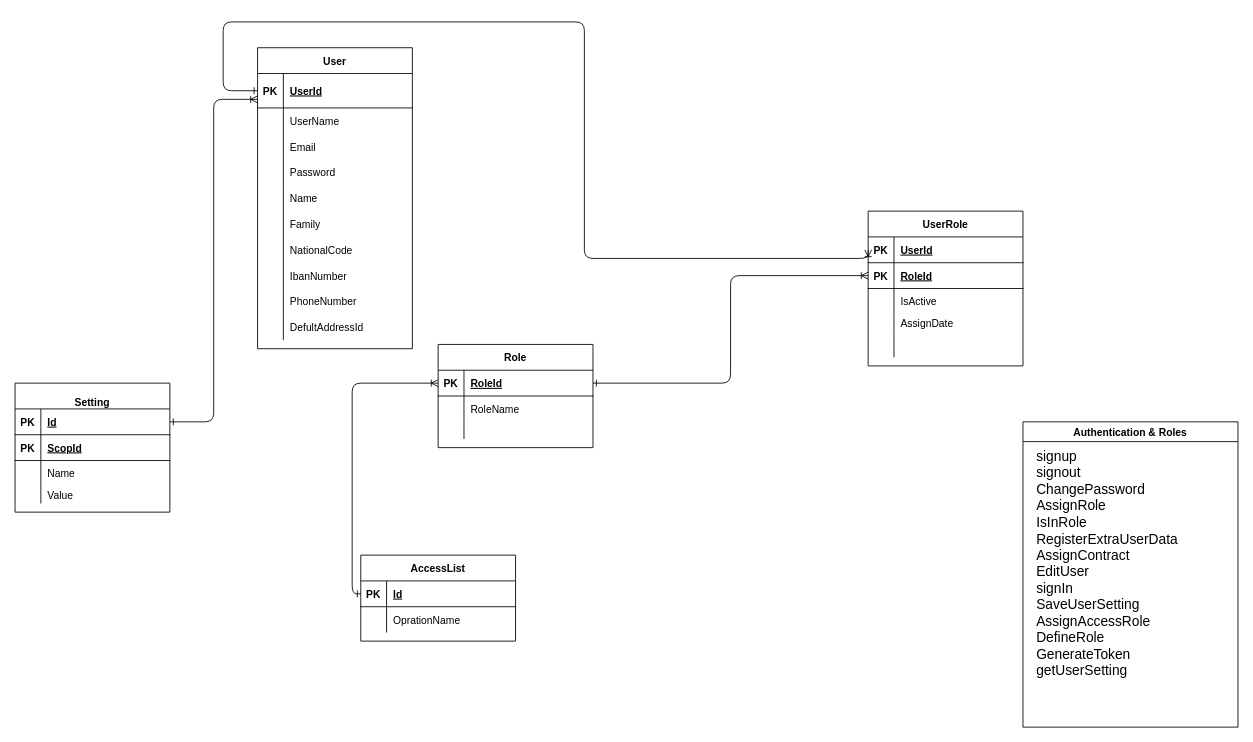
Earlier version of the draw.io diagram 2-Authentication-and-Roles/Authentication.drawio (behrangaghili/Postex-Documents_Diagrams). Source tidied: cells renumbered, new cells numbered last; positions are measured from the earlier drawing's top-left corner, leaving out a move shared by most shapes. Both pictures are drawn from the tidied source at 86%, with x=0, y=0 at pixel (15, 22).
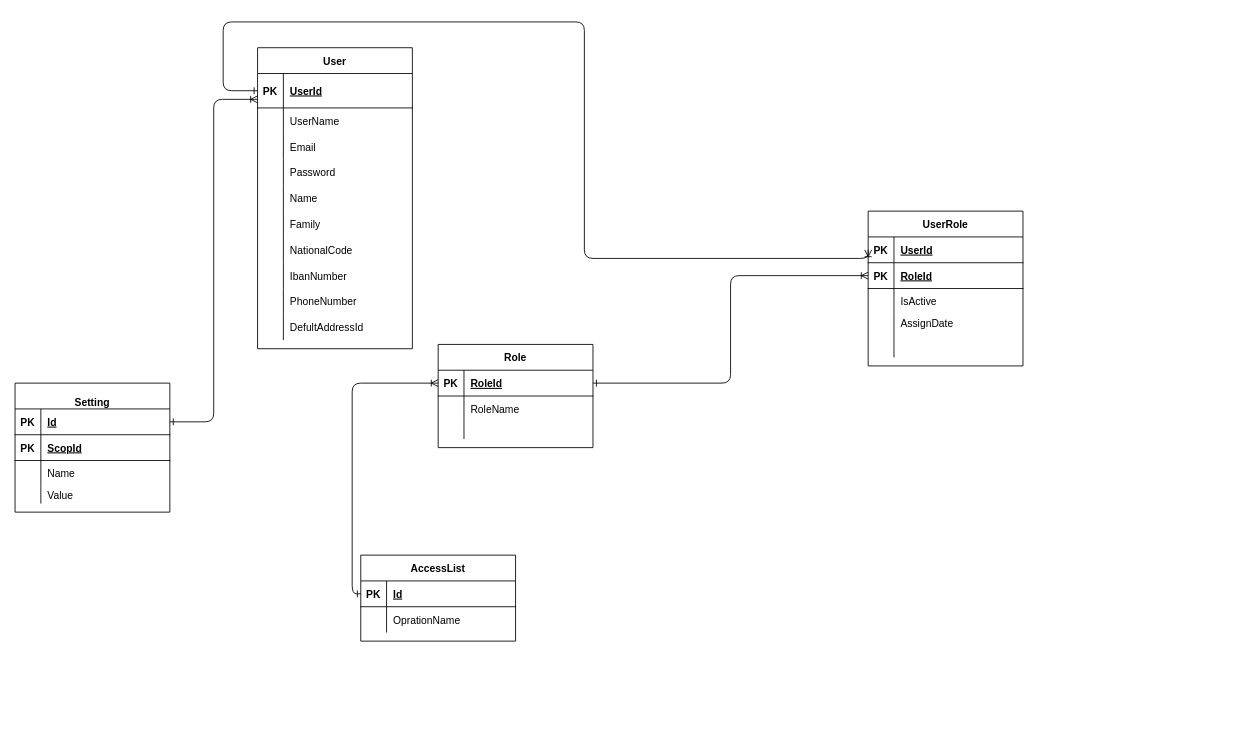
Above is the later version.

Change to the diagram source:
```diff
@@
-    <mxCell id="50" value="Authentication &amp; Roles" style="swimlane;" parent="1" vertex="1">
-      <mxGeometry x="1172" y="465" width="250" height="355" as="geometry" />
-    </mxCell>
-    <mxCell id="51" value="&lt;font style=&quot;font-size: 16px&quot;&gt;&lt;br&gt;&lt;/font&gt;&lt;table border=&quot;0&quot; cellpadding=&quot;0&quot; cellspacing=&quot;0&quot; dir=&quot;RTL&quot; width=&quot;229&quot; style=&quot;border-collapse: collapse ; width: 172pt ; font-size: 16px&quot;&gt; &lt;colgroup&gt;&lt;col width=&quot;229&quot; style=&quot;width: 172pt&quot;&gt;&lt;/colgroup&gt; &lt;tbody&gt;&lt;tr style=&quot;height: 13.2pt&quot;&gt;  &lt;td height=&quot;18&quot; class=&quot;xl65&quot; dir=&quot;LTR&quot; align=&quot;left&quot; width=&quot;229&quot; style=&quot;height: 13.2pt ; width: 172pt&quot;&gt;&lt;font style=&quot;font-size: 16px&quot;&gt;signup&lt;/font&gt;&lt;/td&gt; &lt;/tr&gt; &lt;tr style=&quot;height: 13.2pt&quot;&gt;  &lt;td height=&quot;18&quot; class=&quot;xl65&quot; dir=&quot;LTR&quot; align=&quot;left&quot; style=&quot;height: 13.2pt&quot;&gt;&lt;font style=&quot;font-size: 16px&quot;&gt;signout&lt;/font&gt;&lt;/td&gt; &lt;/tr&gt; &lt;tr style=&quot;height: 13.2pt&quot;&gt;  &lt;td height=&quot;18&quot; class=&quot;xl65&quot; dir=&quot;LTR&quot; align=&quot;left&quot; style=&quot;height: 13.2pt&quot;&gt;&lt;font style=&quot;font-size: 16px&quot;&gt;ChangePassword&lt;/font&gt;&lt;/td&gt; &lt;/tr&gt; &lt;tr style=&quot;height: 13.2pt&quot;&gt;  &lt;td height=&quot;18&quot; class=&quot;xl65&quot; dir=&quot;LTR&quot; align=&quot;left&quot; style=&quot;height: 13.2pt&quot;&gt;&lt;font style=&quot;font-size: 16px&quot;&gt;AssignRole&lt;/font&gt;&lt;/td&gt; &lt;/tr&gt; &lt;tr style=&quot;height: 13.2pt&quot;&gt;  &lt;td height=&quot;18&quot; class=&quot;xl65&quot; dir=&quot;LTR&quot; align=&quot;left&quot; style=&quot;height: 13.2pt&quot;&gt;&lt;font style=&quot;font-size: 16px&quot;&gt;IsInRole&lt;/font&gt;&lt;/td&gt; &lt;/tr&gt; &lt;tr style=&quot;height: 13.2pt&quot;&gt;  &lt;td height=&quot;18&quot; class=&quot;xl65&quot; dir=&quot;LTR&quot; align=&quot;left&quot; style=&quot;height: 13.2pt&quot;&gt;&lt;font style=&quot;font-size: 16px&quot;&gt;RegisterExtraUserData&lt;/font&gt;&lt;/td&gt; &lt;/tr&gt; &lt;tr style=&quot;height: 13.2pt&quot;&gt;  &lt;td height=&quot;18&quot; class=&quot;xl65&quot; dir=&quot;LTR&quot; align=&quot;left&quot; style=&quot;height: 13.2pt&quot;&gt;&lt;font style=&quot;font-size: 16px&quot;&gt;AssignContract&lt;/font&gt;&lt;/td&gt; &lt;/tr&gt; &lt;tr style=&quot;height: 13.2pt&quot;&gt;  &lt;td height=&quot;18&quot; class=&quot;xl65&quot; dir=&quot;LTR&quot; align=&quot;left&quot; style=&quot;height: 13.2pt&quot;&gt;&lt;font style=&quot;font-size: 16px&quot;&gt;EditUser&lt;/font&gt;&lt;/td&gt; &lt;/tr&gt; &lt;tr style=&quot;height: 13.2pt&quot;&gt;  &lt;td height=&quot;18&quot; class=&quot;xl65&quot; dir=&quot;LTR&quot; align=&quot;left&quot; style=&quot;height: 13.2pt&quot;&gt;&lt;font style=&quot;font-size: 16px&quot;&gt;signIn&lt;/font&gt;&lt;/td&gt; &lt;/tr&gt; &lt;tr style=&quot;height: 13.2pt&quot;&gt;  &lt;td height=&quot;18&quot; class=&quot;xl65&quot; dir=&quot;LTR&quot; align=&quot;left&quot; style=&quot;height: 13.2pt&quot;&gt;&lt;font style=&quot;font-size: 16px&quot;&gt;SaveUserSetting&lt;/font&gt;&lt;/td&gt; &lt;/tr&gt; &lt;tr style=&quot;height: 13.2pt&quot;&gt;  &lt;td height=&quot;18&quot; class=&quot;xl65&quot; dir=&quot;LTR&quot; align=&quot;left&quot; style=&quot;height: 13.2pt&quot;&gt;&lt;font style=&quot;font-size: 16px&quot;&gt;AssignAccessRole&lt;/font&gt;&lt;/td&gt; &lt;/tr&gt; &lt;tr style=&quot;height: 13.2pt&quot;&gt;  &lt;td height=&quot;18&quot; class=&quot;xl65&quot; dir=&quot;LTR&quot; align=&quot;left&quot; style=&quot;height: 13.2pt&quot;&gt;&lt;font style=&quot;font-size: 16px&quot;&gt;DefineRole&lt;/font&gt;&lt;/td&gt; &lt;/tr&gt; &lt;tr style=&quot;height: 13.2pt&quot;&gt;  &lt;td height=&quot;18&quot; class=&quot;xl65&quot; dir=&quot;LTR&quot; align=&quot;left&quot; style=&quot;height: 13.2pt&quot;&gt;&lt;font style=&quot;font-size: 16px&quot;&gt;GenerateToken&lt;/font&gt;&lt;/td&gt; &lt;/tr&gt; &lt;tr style=&quot;height: 13.2pt&quot;&gt;  &lt;td height=&quot;18&quot; class=&quot;xl65&quot; dir=&quot;LTR&quot; align=&quot;left&quot; style=&quot;height: 13.2pt&quot;&gt;&lt;font style=&quot;font-size: 16px&quot;&gt;getUserSetting&lt;/font&gt;&lt;/td&gt; &lt;/tr&gt;&lt;/tbody&gt;&lt;/table&gt;" style="text;html=1;align=center;verticalAlign=middle;strokeColor=none;fillColor=none;perimeterSpacing=1;" parent="50" vertex="1">
-      <mxGeometry x="10" y="20" width="240" height="270" as="geometry" />
-    </mxCell>
```
